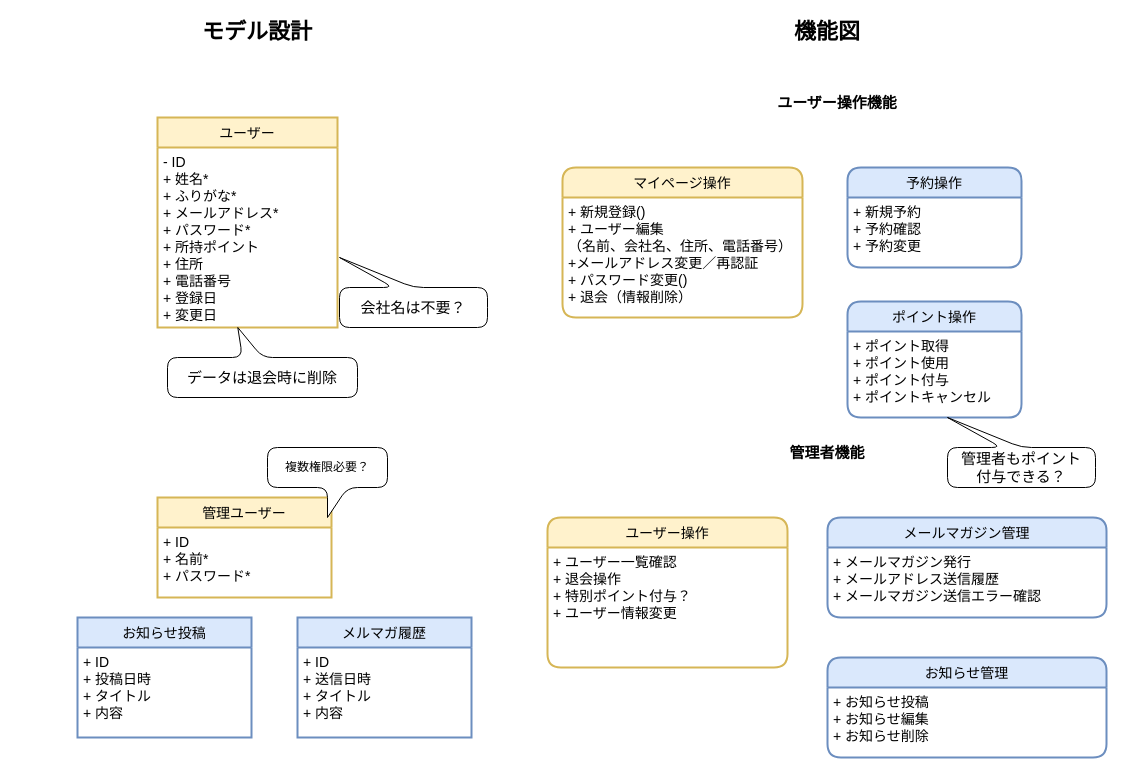
The draw.io diagram document/2.モデル機能図.dio in en-gine/heiwadai_server, before the edit. Source tidied: cells renumbered, new cells numbered last; positions are measured from the earlier drawing's top-left corner, leaving out a move shared by most shapes. Both pictures are drawn from the tidied source at 100%, with x=0, y=0 at pixel (77, 17).
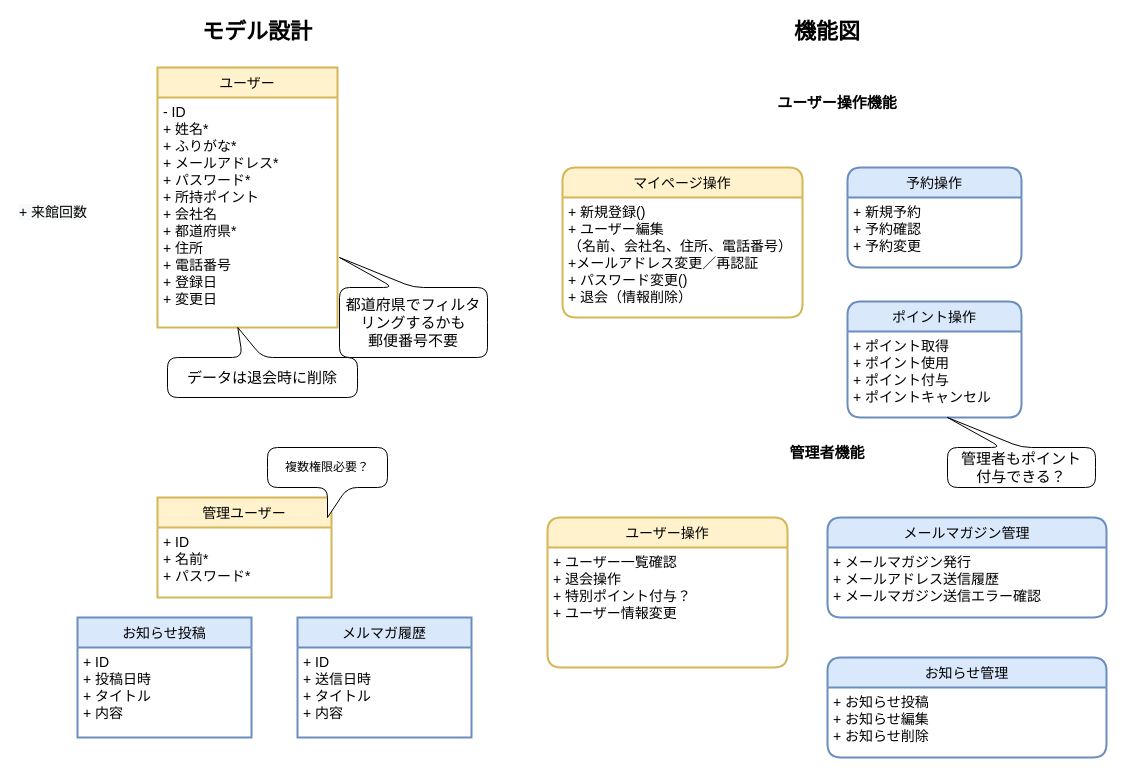
Above is the later version.

Change to the diagram source:
```diff
@@
     <mxCell id="14" value="ユーザー" style="swimlane;horizontal=1;startSize=30;rounded=0;fontSize=14;fontStyle=0;strokeWidth=2;shadow=0;dashed=0;align=center;swimlaneLine=1;fillColor=#fff2cc;strokeColor=#d6b656;" parent="1" vertex="1">
-      <mxGeometry x="80" y="100" width="180" height="210" as="geometry" />
+      <mxGeometry x="80" y="50" width="180" height="260" as="geometry" />
     </mxCell>
-    <mxCell id="15" value="- ID&#10;+ 姓名*&#10;+ ふりがな*&#10;+ メールアドレス*&#10;+ パスワード*&#10;+ 所持ポイント&#10;+ 住所&#10;+ 電話番号&#10;+ 登録日&#10;+ 変更日&#10;" style="align=left;strokeColor=none;fillColor=none;spacingLeft=4;fontSize=14;verticalAlign=top;" parent="14" vertex="1">
-      <mxGeometry y="30" width="180" height="180" as="geometry" />
+    <mxCell id="15" value="- ID&#10;+ 姓名*&#10;+ ふりがな*&#10;+ メールアドレス*&#10;+ パスワード*&#10;+ 所持ポイント&#10;+ 会社名&#10;+ 都道府県*&#10;+ 住所&#10;+ 電話番号&#10;+ 登録日&#10;+ 変更日&#10;" style="align=left;strokeColor=none;fillColor=none;spacingLeft=4;fontSize=14;verticalAlign=top;" parent="14" vertex="1">
+      <mxGeometry y="30" width="180" height="230" as="geometry" />
     </mxCell>
@@
-    <mxCell id="17" value="会社名は不要？" style="shape=callout;whiteSpace=wrap;html=1;perimeter=calloutPerimeter;rounded=1;fontSize=15;position2=1;direction=west;" parent="1" vertex="1">
-      <mxGeometry x="262" y="240" width="148" height="70" as="geometry" />
+    <mxCell id="17" value="都道府県でフィルタリングするかも&lt;br&gt;郵便番号不要" style="shape=callout;whiteSpace=wrap;html=1;perimeter=calloutPerimeter;rounded=1;fontSize=15;position2=1;direction=west;" parent="1" vertex="1">
+      <mxGeometry x="262" y="240" width="148" height="100" as="geometry" />
     </mxCell>
@@
+    <mxCell id="30" value="&lt;span style=&quot;color: rgb(0, 0, 0); font-family: Helvetica; font-size: 14px; font-style: normal; font-variant-ligatures: normal; font-variant-caps: normal; font-weight: 400; letter-spacing: normal; orphans: 2; text-align: left; text-indent: 0px; text-transform: none; widows: 2; word-spacing: 0px; -webkit-text-stroke-width: 0px; background-color: rgb(248, 249, 250); text-decoration-thickness: initial; text-decoration-style: initial; text-decoration-color: initial; float: none; display: inline !important;&quot;&gt;+ 来館回数&lt;/span&gt;&lt;br style=&quot;padding: 0px; margin: 0px; color: rgb(0, 0, 0); font-family: Helvetica; font-size: 14px; font-style: normal; font-variant-ligatures: normal; font-variant-caps: normal; font-weight: 400; letter-spacing: normal; orphans: 2; text-align: left; text-indent: 0px; text-transform: none; widows: 2; word-spacing: 0px; -webkit-text-stroke-width: 0px; background-color: rgb(248, 249, 250); text-decoration-thickness: initial; text-decoration-style: initial; text-decoration-color: initial;&quot;&gt;" style="text;whiteSpace=wrap;html=1;" parent="1" vertex="1">
+      <mxGeometry x="-60" y="180" width="100" height="40" as="geometry" />
+    </mxCell>
```
